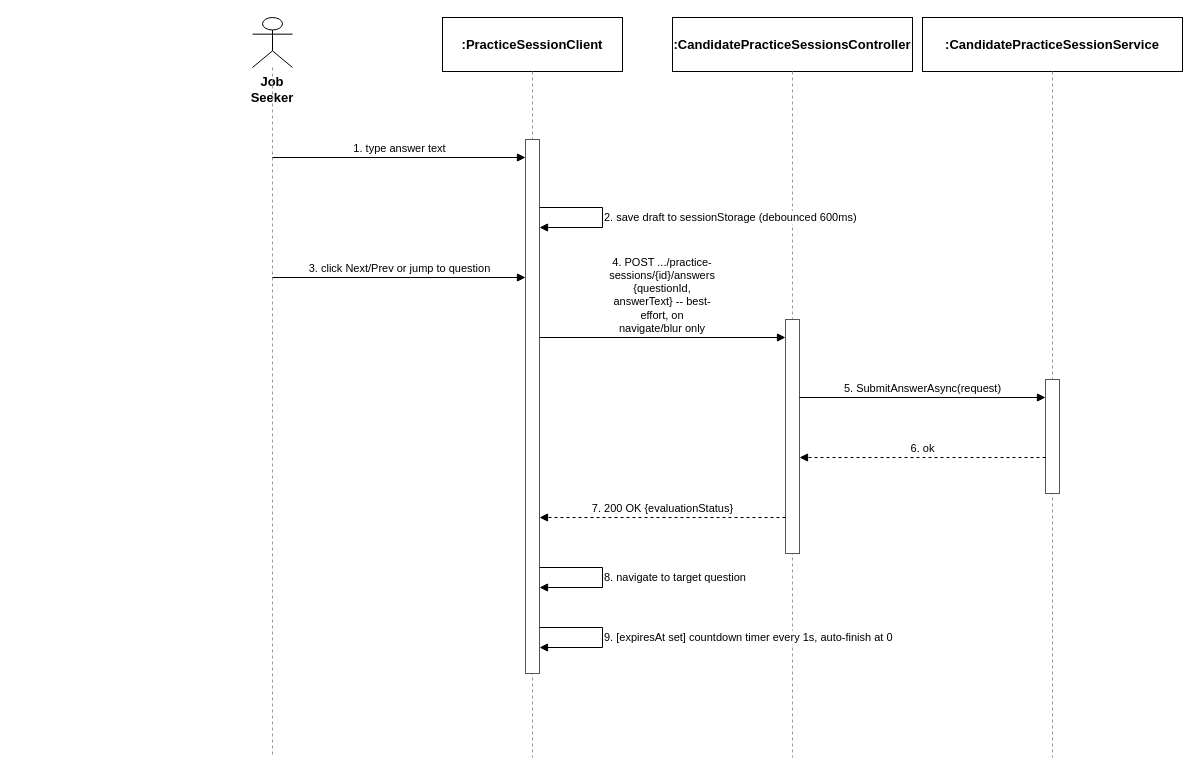
This is docs/qa/Tu_SequenceDiagram/06_Answer_Questions_and_Navigate.drawio from tulklk/AI_Interview_Question_Generation_RAG_LLM_FE, a draw.io file, before an edit. Source tidied: cells renumbered, new cells numbered last; positions are measured from the earlier drawing's top-left corner, leaving out a move shared by most shapes. Both pictures are drawn from the tidied source at 100%, with x=0, y=0 at pixel (252, 17).
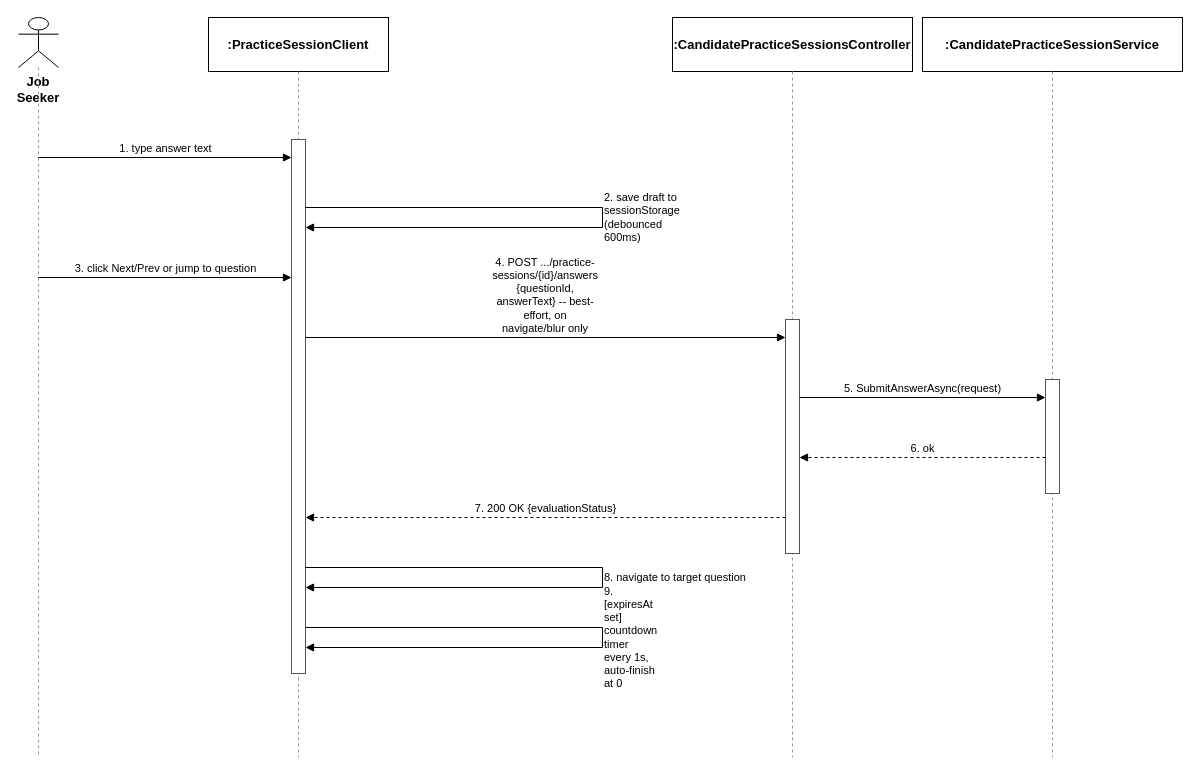
After the change.

What changed in the source:
```diff
@@
     <mxCell id="2" value="Job Seeker" style="shape=umlActor;whiteSpace=wrap;html=1;verticalLabelPosition=bottom;verticalAlign=top;fillColor=#ffffff;strokeColor=#000000;fontStyle=1;fontSize=13;" parent="1" vertex="1">
-      <mxGeometry width="40" height="50" as="geometry" />
+      <mxGeometry x="-234" width="40" height="50" as="geometry" />
     </mxCell>
     <mxCell id="3" style="endArrow=none;dashed=1;html=1;strokeColor=#999999;" parent="1" edge="1">
       <mxGeometry relative="1" as="geometry">
-        <mxPoint x="20" y="50" as="sourcePoint" />
-        <mxPoint x="20" y="740" as="targetPoint" />
+        <mxPoint x="-214" y="50" as="sourcePoint" />
+        <mxPoint x="-214" y="740" as="targetPoint" />
       </mxGeometry>
     </mxCell>
     <mxCell id="4" value=":PracticeSessionClient" style="rounded=0;whiteSpace=wrap;html=1;fontSize=13;fillColor=#ffffff;strokeColor=#000000;fontStyle=1;" parent="1" vertex="1">
-      <mxGeometry x="190" width="180" height="54" as="geometry" />
+      <mxGeometry x="-44" width="180" height="54" as="geometry" />
     </mxCell>
     <mxCell id="5" style="endArrow=none;dashed=1;html=1;strokeColor=#999999;" parent="1" edge="1">
       <mxGeometry relative="1" as="geometry">
-        <mxPoint x="280" y="54" as="sourcePoint" />
-        <mxPoint x="280" y="740" as="targetPoint" />
+        <mxPoint x="46" y="54" as="sourcePoint" />
+        <mxPoint x="46" y="740" as="targetPoint" />
       </mxGeometry>
     </mxCell>
@@
     <mxCell id="10" style="rounded=0;whiteSpace=wrap;html=1;fillColor=#ffffff;strokeColor=#555555;" parent="1" vertex="1">
-      <mxGeometry x="273" y="122" width="14" height="534" as="geometry" />
+      <mxGeometry x="39" y="122" width="14" height="534" as="geometry" />
     </mxCell>
@@
     <mxCell id="13" value="1. type answer text" style="endArrow=block;endFill=1;html=1;fontSize=11;align=center;verticalAlign=bottom;labelBackgroundColor=#ffffff;strokeColor=#000000;" parent="1" edge="1">
       <mxGeometry relative="1" as="geometry">
-        <mxPoint x="20" y="140" as="sourcePoint" />
-        <mxPoint x="273" y="140" as="targetPoint" />
+        <mxPoint x="-214" y="140" as="sourcePoint" />
+        <mxPoint x="39" y="140" as="targetPoint" />
       </mxGeometry>
     </mxCell>
-    <mxCell id="14" value="2. save draft to sessionStorage (debounced 600ms)" style="endArrow=block;endFill=1;html=1;fontSize=11;align=left;verticalAlign=middle;labelBackgroundColor=#ffffff;rounded=0;strokeColor=#000000;" parent="1" edge="1">
+    <mxCell id="14" value="2. save draft to sessionStorage (debounced 600ms)" style="endArrow=block;endFill=1;html=1;whiteSpace=wrap;fontSize=11;align=left;verticalAlign=middle;labelBackgroundColor=#ffffff;rounded=0;strokeColor=#000000;" parent="1" edge="1">
       <mxGeometry relative="1" as="geometry">
-        <mxPoint x="287" y="190" as="sourcePoint" />
-        <mxPoint x="287" y="210" as="targetPoint" />
+        <mxPoint x="53" y="190" as="sourcePoint" />
+        <mxPoint x="53" y="210" as="targetPoint" />
         <Array as="points">
           <mxPoint x="350" y="190" />
           <mxPoint x="350" y="210" />
         </Array>
       </mxGeometry>
     </mxCell>
     <mxCell id="15" value="3. click Next/Prev or jump to question" style="endArrow=block;endFill=1;html=1;fontSize=11;align=center;verticalAlign=bottom;labelBackgroundColor=#ffffff;strokeColor=#000000;" parent="1" edge="1">
       <mxGeometry relative="1" as="geometry">
-        <mxPoint x="20" y="260" as="sourcePoint" />
-        <mxPoint x="273" y="260" as="targetPoint" />
+        <mxPoint x="-214" y="260" as="sourcePoint" />
+        <mxPoint x="39" y="260" as="targetPoint" />
       </mxGeometry>
     </mxCell>
     <mxCell id="16" value="4. POST .../practice-sessions/{id}/answers {questionId, answerText}  -- best-effort, on navigate/blur only" style="endArrow=block;endFill=1;html=1;whiteSpace=wrap;fontSize=11;align=center;verticalAlign=bottom;labelBackgroundColor=#ffffff;strokeColor=#000000;" parent="1" edge="1">
       <mxGeometry relative="1" as="geometry">
-        <mxPoint x="287" y="320" as="sourcePoint" />
+        <mxPoint x="53" y="320" as="sourcePoint" />
         <mxPoint x="533" y="320" as="targetPoint" />
       </mxGeometry>
     </mxCell>
@@
     <mxCell id="19" value="7. 200 OK {evaluationStatus}" style="endArrow=block;endFill=1;html=1;dashed=1;fontSize=11;align=center;verticalAlign=bottom;labelBackgroundColor=#ffffff;strokeColor=#000000;" parent="1" edge="1">
       <mxGeometry relative="1" as="geometry">
         <mxPoint x="533" y="500" as="sourcePoint" />
-        <mxPoint x="287" y="500" as="targetPoint" />
+        <mxPoint x="53" y="500" as="targetPoint" />
       </mxGeometry>
     </mxCell>
     <mxCell id="20" value="8. navigate to target question" style="endArrow=block;endFill=1;html=1;fontSize=11;align=left;verticalAlign=middle;labelBackgroundColor=#ffffff;rounded=0;strokeColor=#000000;" parent="1" edge="1">
       <mxGeometry relative="1" as="geometry">
-        <mxPoint x="287" y="550" as="sourcePoint" />
-        <mxPoint x="287" y="570" as="targetPoint" />
+        <mxPoint x="53" y="550" as="sourcePoint" />
+        <mxPoint x="53" y="570" as="targetPoint" />
         <Array as="points">
           <mxPoint x="350" y="550" />
           <mxPoint x="350" y="570" />
         </Array>
       </mxGeometry>
     </mxCell>
-    <mxCell id="21" value="9. [expiresAt set] countdown timer every 1s, auto-finish at 0" style="endArrow=block;endFill=1;html=1;fontSize=11;align=left;verticalAlign=middle;labelBackgroundColor=#ffffff;rounded=0;strokeColor=#000000;" parent="1" edge="1">
+    <mxCell id="21" value="9. [expiresAt set] countdown timer every 1s, auto-finish at 0" style="endArrow=block;endFill=1;html=1;whiteSpace=wrap;fontSize=11;align=left;verticalAlign=middle;labelBackgroundColor=#ffffff;rounded=0;strokeColor=#000000;" parent="1" edge="1">
       <mxGeometry relative="1" as="geometry">
-        <mxPoint x="287" y="610" as="sourcePoint" />
-        <mxPoint x="287" y="630" as="targetPoint" />
+        <mxPoint x="53" y="610" as="sourcePoint" />
+        <mxPoint x="53" y="630" as="targetPoint" />
         <Array as="points">
           <mxPoint x="350" y="610" />
           <mxPoint x="350" y="630" />
         </Array>
       </mxGeometry>
     </mxCell>
```
